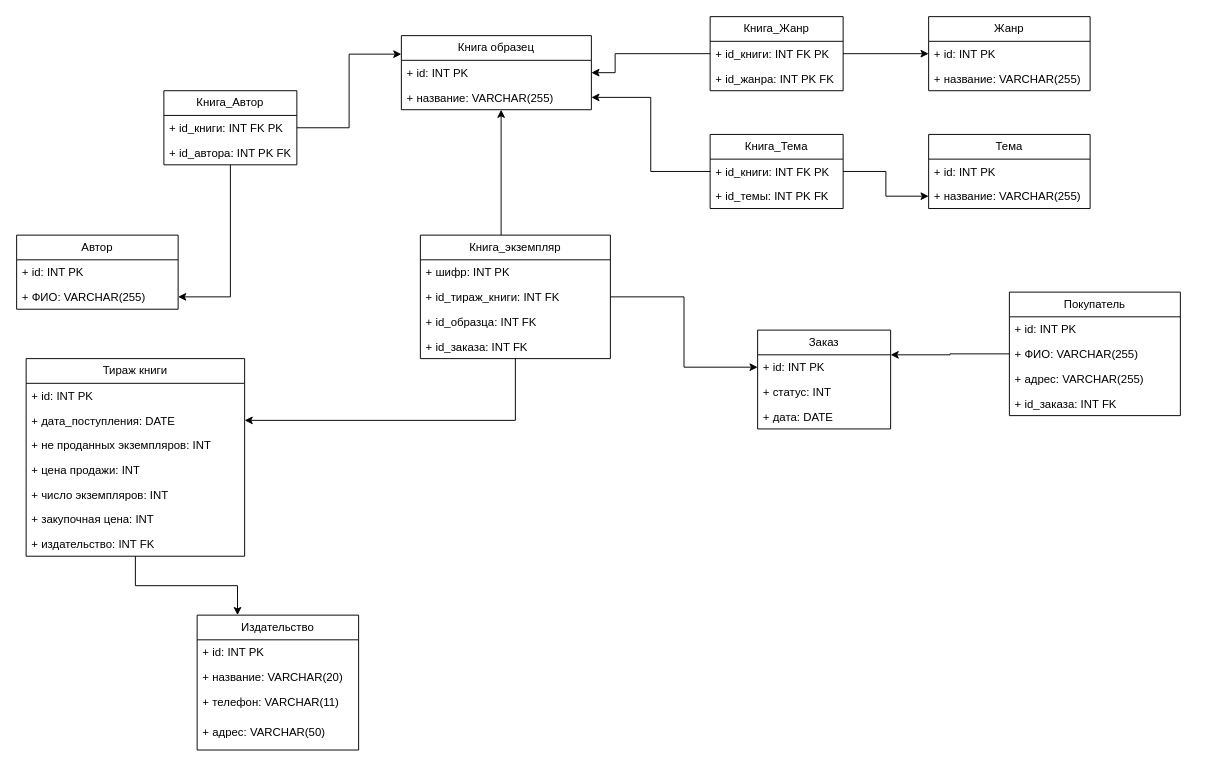
This is sources/relation_model.drawio from 202rna/sql_labs2025, a draw.io file, before an edit. Source tidied: cells renumbered, new cells numbered last; positions are measured from the earlier drawing's top-left corner, leaving out a move shared by most shapes. Both pictures are drawn from the tidied source at 95%, with x=0, y=0 at pixel (16, 16).
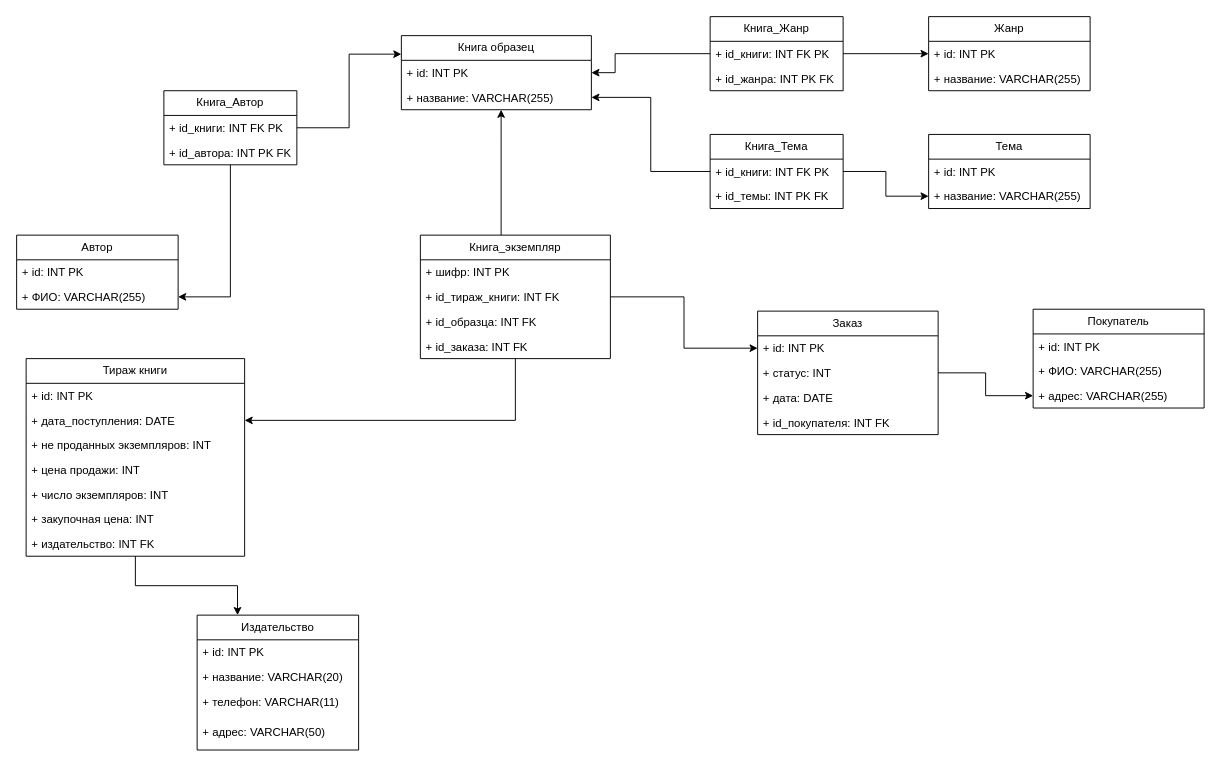
After the change.

Unchanged cells that the change refers to:
```xml
<mxCell id="24" value="+ адрес: VARCHAR(255)" style="text;strokeColor=none;fillColor=none;align=left;verticalAlign=top;spacingLeft=4;spacingRight=4;overflow=hidden;points=[[0,0.5],[1,0.5]];portConstraint=eastwest;whiteSpace=wrap;html=1;" parent="21" vertex="1">
  <mxGeometry y="78" width="180" height="26" as="geometry" />
</mxCell>
```

Change to the diagram source:
```diff
@@
+    <mxCell id="61" style="edgeStyle=orthogonalEdgeStyle;rounded=0;jettySize=auto;html=1;entryX=0;entryY=0.5;entryDx=0;entryDy=0;" parent="1" edge="1" source="16" target="24">
+      <mxGeometry relative="1" as="geometry" />
+    </mxCell>
     <mxCell id="16" value="Заказ" style="swimlane;fontStyle=0;horizontal=1;startSize=26;fillColor=none;whiteSpace=wrap;html=1;" parent="1" vertex="1">
-      <mxGeometry x="780" y="330" width="140" height="104" as="geometry" />
+      <mxGeometry x="780" y="310" width="190" height="130" as="geometry" />
     </mxCell>
     <mxCell id="17" value="+ id: INT PK" style="text;strokeColor=none;fillColor=none;align=left;verticalAlign=top;spacingLeft=4;spacingRight=4;overflow=hidden;points=[[0,0.5],[1,0.5]];portConstraint=eastwest;whiteSpace=wrap;html=1;" parent="16" vertex="1">
-      <mxGeometry y="26" width="140" height="26" as="geometry" />
+      <mxGeometry y="26" width="190" height="26" as="geometry" />
     </mxCell>
     <mxCell id="18" value="+ статус: INT" style="text;strokeColor=none;fillColor=none;align=left;verticalAlign=top;spacingLeft=4;spacingRight=4;overflow=hidden;whiteSpace=wrap;html=1;" parent="16" vertex="1">
-      <mxGeometry y="52" width="140" height="26" as="geometry" />
+      <mxGeometry y="52" width="190" height="26" as="geometry" />
     </mxCell>
     <mxCell id="19" value="+ дата: DATE" style="text;strokeColor=none;fillColor=none;align=left;verticalAlign=top;spacingLeft=4;spacingRight=4;overflow=hidden;whiteSpace=wrap;html=1;" parent="16" vertex="1">
-      <mxGeometry y="78" width="140" height="26" as="geometry" />
+      <mxGeometry y="78" width="190" height="26" as="geometry" />
     </mxCell>
-    <mxCell id="20" style="edgeStyle=orthogonalEdgeStyle;rounded=0;jettySize=auto;html=1;entryX=1;entryY=0.25;entryDx=0;entryDy=0;" parent="1" edge="1" source="21" target="16">
-      <mxGeometry relative="1" as="geometry" />
-    </mxCell>
+    <mxCell id="62" value="+ id_покупателя: INT FK" style="text;strokeColor=none;fillColor=none;align=left;verticalAlign=top;spacingLeft=4;spacingRight=4;overflow=hidden;whiteSpace=wrap;html=1;" parent="16" vertex="1">
+      <mxGeometry y="104" width="190" height="26" as="geometry" />
+    </mxCell>
     <mxCell id="21" value="Покупатель" style="swimlane;fontStyle=0;horizontal=1;startSize=26;fillColor=none;whiteSpace=wrap;html=1;" parent="1" vertex="1">
-      <mxGeometry x="1045" y="290" width="180" height="130" as="geometry" />
+      <mxGeometry x="1070" y="308" width="180" height="104" as="geometry" />
     </mxCell>
@@
-    <mxCell id="25" value="+ id_заказа: INT FK" style="text;strokeColor=none;fillColor=none;align=left;verticalAlign=top;spacingLeft=4;spacingRight=4;overflow=hidden;whiteSpace=wrap;html=1;" parent="21" vertex="1">
-      <mxGeometry y="104" width="180" height="26" as="geometry" />
-    </mxCell>
```
